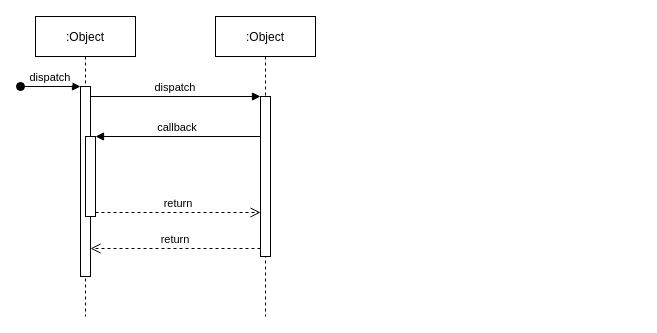
Earlier version of the draw.io diagram 5주차/sequence_diogram.drawio (sonmyungwon/Software-Development). Source tidied: cells renumbered, new cells numbered last; positions are measured from the earlier drawing's top-left corner, leaving out a move shared by most shapes. Both pictures are drawn from the tidied source at 100%, with x=0, y=0 at pixel (20, 16).
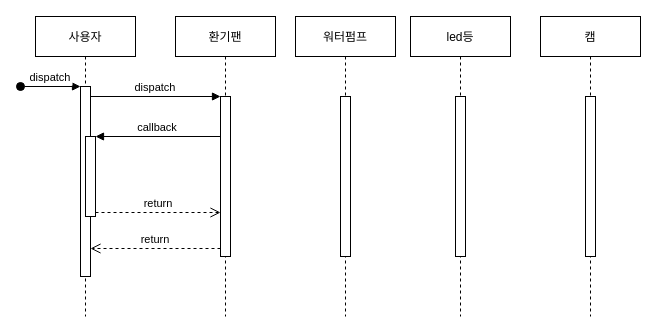
After the change.

The edit, as a diff of the source:
```diff
@@
 <mxGraphModel>
   <root>
     <mxCell id="0" />
     <mxCell id="1" parent="0" />
-    <mxCell id="2" value=":Object" style="shape=umlLifeline;perimeter=lifelinePerimeter;rounded=0;shadow=0;strokeWidth=1;" parent="1" vertex="1">
+    <mxCell id="2" value="사용자" style="shape=umlLifeline;perimeter=lifelinePerimeter;rounded=0;shadow=0;strokeWidth=1;" parent="1" vertex="1">
       <mxGeometry x="15" width="100" height="300" as="geometry" />
     </mxCell>
     <mxCell id="3" style="points=[];perimeter=orthogonalPerimeter;rounded=0;shadow=0;strokeWidth=1;" parent="2" vertex="1">
       <mxGeometry x="45" y="70" width="10" height="190" as="geometry" />
     </mxCell>
     <mxCell id="4" value="dispatch" style="verticalAlign=bottom;startArrow=oval;endArrow=block;startSize=8;shadow=0;strokeWidth=1;" parent="2" edge="1" target="3">
       <mxGeometry relative="1" as="geometry">
         <mxPoint x="-15" y="70" as="sourcePoint" />
       </mxGeometry>
     </mxCell>
     <mxCell id="5" style="points=[];perimeter=orthogonalPerimeter;rounded=0;shadow=0;strokeWidth=1;" parent="2" vertex="1">
       <mxGeometry x="50" y="120" width="10" height="80" as="geometry" />
     </mxCell>
-    <mxCell id="6" value=":Object" style="shape=umlLifeline;perimeter=lifelinePerimeter;rounded=0;shadow=0;strokeWidth=1;" parent="1" vertex="1">
-      <mxGeometry x="195" width="100" height="300" as="geometry" />
+    <mxCell id="6" value="환기팬" style="shape=umlLifeline;perimeter=lifelinePerimeter;rounded=0;shadow=0;strokeWidth=1;" parent="1" vertex="1">
+      <mxGeometry x="155" width="100" height="300" as="geometry" />
     </mxCell>
     <mxCell id="7" style="points=[];perimeter=orthogonalPerimeter;rounded=0;shadow=0;strokeWidth=1;" parent="6" vertex="1">
       <mxGeometry x="45" y="80" width="10" height="160" as="geometry" />
     </mxCell>
     <mxCell id="8" value="return" style="verticalAlign=bottom;endArrow=open;dashed=1;endSize=8;exitX=0;exitY=0.95;shadow=0;strokeWidth=1;" parent="1" edge="1" source="7" target="3">
       <mxGeometry relative="1" as="geometry" />
     </mxCell>
     <mxCell id="9" value="dispatch" style="verticalAlign=bottom;endArrow=block;entryX=0;entryY=0;shadow=0;strokeWidth=1;" parent="1" edge="1" source="3" target="7">
       <mxGeometry relative="1" as="geometry" />
     </mxCell>
     <mxCell id="10" value="callback" style="verticalAlign=bottom;endArrow=block;entryX=1;entryY=0;shadow=0;strokeWidth=1;" parent="1" edge="1" source="7" target="5">
       <mxGeometry relative="1" as="geometry" />
     </mxCell>
     <mxCell id="11" value="return" style="verticalAlign=bottom;endArrow=open;dashed=1;endSize=8;exitX=1;exitY=0.95;shadow=0;strokeWidth=1;" parent="1" edge="1" source="5" target="7">
       <mxGeometry relative="1" as="geometry" />
     </mxCell>
+    <mxCell id="12" value="캠" style="shape=umlLifeline;perimeter=lifelinePerimeter;rounded=0;shadow=0;strokeWidth=1;" parent="1" vertex="1">
+      <mxGeometry x="520" width="100" height="300" as="geometry" />
+    </mxCell>
+    <mxCell id="13" style="perimeter=orthogonalPerimeter;rounded=0;shadow=0;strokeWidth=1;" parent="12" vertex="1">
+      <mxGeometry x="45" y="80" width="10" height="160" as="geometry" />
+    </mxCell>
+    <mxCell id="14" value="워터펌프" style="shape=umlLifeline;perimeter=lifelinePerimeter;rounded=0;shadow=0;strokeWidth=1;" parent="1" vertex="1">
+      <mxGeometry x="275" width="100" height="300" as="geometry" />
+    </mxCell>
+    <mxCell id="15" style="perimeter=orthogonalPerimeter;rounded=0;shadow=0;strokeWidth=1;" parent="14" vertex="1">
+      <mxGeometry x="45" y="80" width="10" height="160" as="geometry" />
+    </mxCell>
+    <mxCell id="16" value="led등" style="shape=umlLifeline;perimeter=lifelinePerimeter;rounded=0;shadow=0;strokeWidth=1;" parent="1" vertex="1">
+      <mxGeometry x="390" width="100" height="300" as="geometry" />
+    </mxCell>
+    <mxCell id="17" style="perimeter=orthogonalPerimeter;rounded=0;shadow=0;strokeWidth=1;" parent="16" vertex="1">
+      <mxGeometry x="45" y="80" width="10" height="160" as="geometry" />
+    </mxCell>
   </root>
 </mxGraphModel>
```
